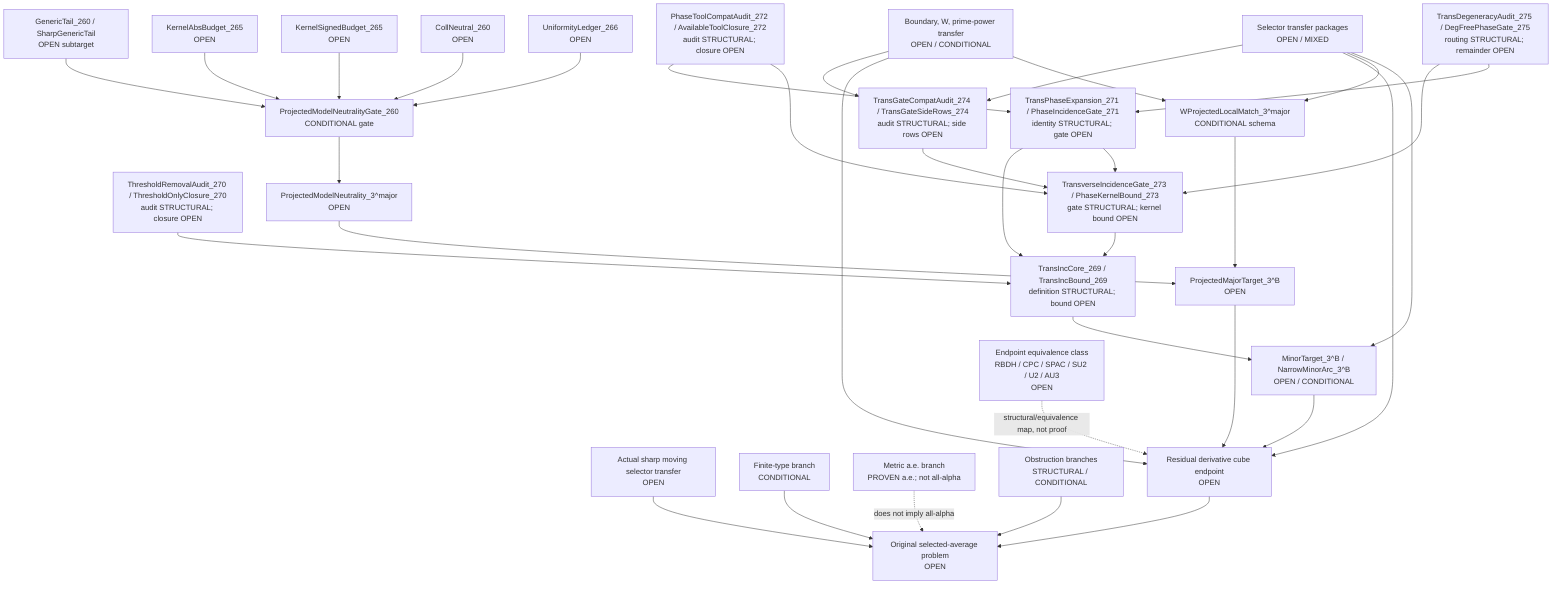
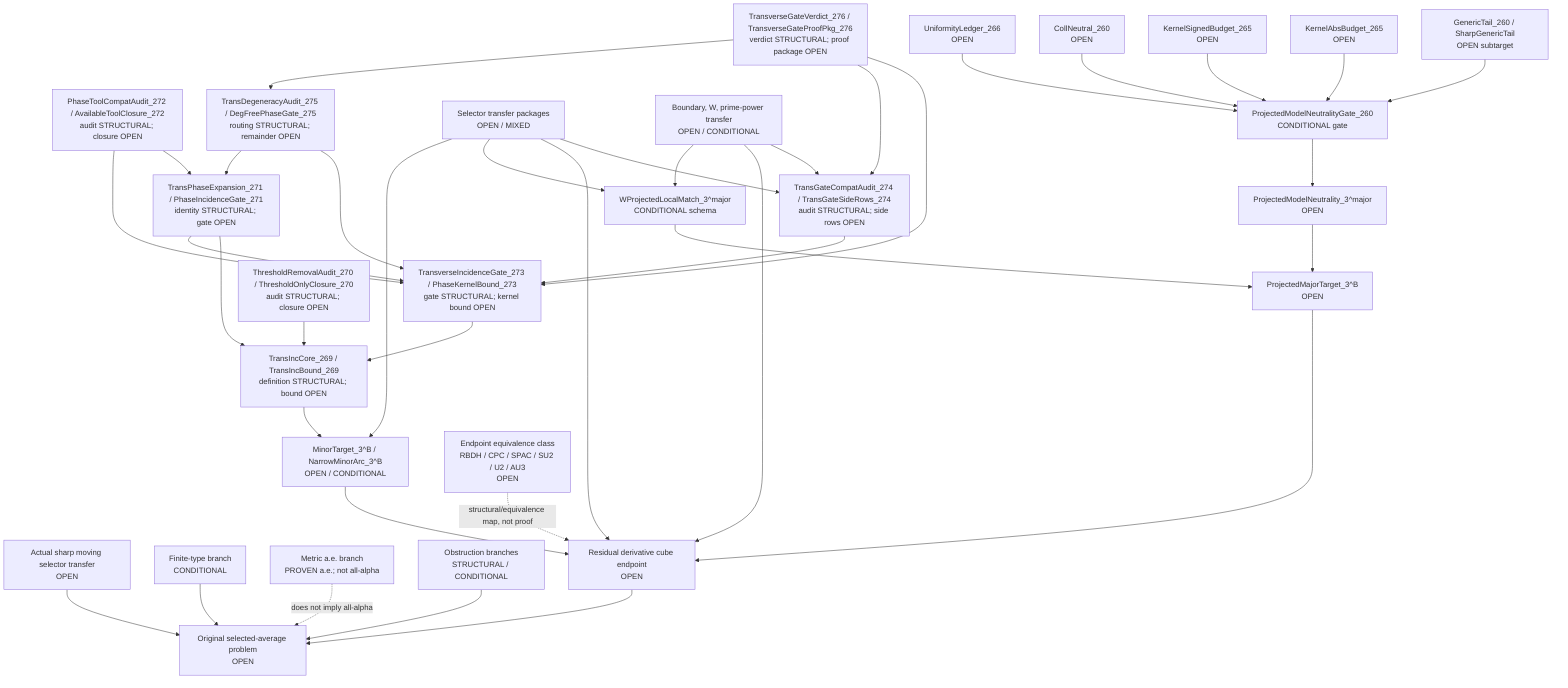
flowchart TD
  Original["Original selected-average problem<br/>OPEN"]
  SharpSel["Actual sharp moving selector transfer<br/>OPEN"]
  FiniteType["Finite-type branch<br/>CONDITIONAL"]
  Metric["Metric a.e. branch<br/>PROVEN a.e.; not all-alpha"]
  Obstruction["Obstruction branches<br/>STRUCTURAL / CONDITIONAL"]

  ResCube["Residual derivative cube endpoint<br/>OPEN"]
  MajorTarget["ProjectedMajorTarget_3^B<br/>OPEN"]
  MinorTarget["MinorTarget_3^B / NarrowMinorArc_3^B<br/>OPEN / CONDITIONAL"]
  TransInc["TransIncCore_269 / TransIncBound_269<br/>definition STRUCTURAL; bound OPEN"]
  ThresholdAudit["ThresholdRemovalAudit_270 / ThresholdOnlyClosure_270<br/>audit STRUCTURAL; closure OPEN"]
  PhaseExpansion["TransPhaseExpansion_271 / PhaseIncidenceGate_271<br/>identity STRUCTURAL; gate OPEN"]
  ToolCompat["PhaseToolCompatAudit_272 / AvailableToolClosure_272<br/>audit STRUCTURAL; closure OPEN"]
  TransGate["TransverseIncidenceGate_273 / PhaseKernelBound_273<br/>gate STRUCTURAL; kernel bound OPEN"]
  TransGateCompat["TransGateCompatAudit_274 / TransGateSideRows_274<br/>audit STRUCTURAL; side rows OPEN"]
  DegAudit["TransDegeneracyAudit_275 / DegFreePhaseGate_275<br/>routing STRUCTURAL; remainder OPEN"]
+   TransVerdict["TransverseGateVerdict_276 / TransverseGateProofPkg_276<br/>verdict STRUCTURAL; proof package OPEN"]
  SelectorTransfer["Selector transfer packages<br/>OPEN / MIXED"]
  BoundaryTransfer["Boundary, W, prime-power transfer<br/>OPEN / CONDITIONAL"]

  WLocal["WProjectedLocalMatch_3^major<br/>CONDITIONAL schema"]
  ModelNeutral["ProjectedModelNeutrality_3^major<br/>OPEN"]
  PMNGate["ProjectedModelNeutralityGate_260<br/>CONDITIONAL gate"]
  GenericTail["GenericTail_260 / SharpGenericTail<br/>OPEN subtarget"]
  KernelAbs["KernelAbsBudget_265<br/>OPEN"]
  KernelSigned["KernelSignedBudget_265<br/>OPEN"]
  CollNeutral["CollNeutral_260<br/>OPEN"]
  Uniformity["UniformityLedger_266<br/>OPEN"]

  EndpointClass["Endpoint equivalence class<br/>RBDH / CPC / SPAC / SU2 / U2 / AU3<br/>OPEN"]

  SharpSel --> Original
  FiniteType --> Original
  Obstruction --> Original
  ResCube --> Original
  Metric -. "does not imply all-alpha" .-> Original

  MajorTarget --> ResCube
  MinorTarget --> ResCube
  TransInc --> MinorTarget
  ThresholdAudit --> TransInc
  PhaseExpansion --> TransInc
  ToolCompat --> PhaseExpansion
  TransGate --> TransInc
  PhaseExpansion --> TransGate
  ToolCompat --> TransGate
  TransGateCompat --> TransGate
  SelectorTransfer --> TransGateCompat
  BoundaryTransfer --> TransGateCompat
  DegAudit --> TransGate
  DegAudit --> PhaseExpansion
+   TransVerdict --> TransGate
+   TransVerdict --> TransGateCompat
+   TransVerdict --> DegAudit
  SelectorTransfer --> ResCube
  BoundaryTransfer --> ResCube
  EndpointClass -. "structural/equivalence map, not proof" .-> ResCube

  WLocal --> MajorTarget
  ModelNeutral --> MajorTarget

  PMNGate --> ModelNeutral
  GenericTail --> PMNGate
  KernelAbs --> PMNGate
  KernelSigned --> PMNGate
  CollNeutral --> PMNGate
  Uniformity --> PMNGate

  BoundaryTransfer --> WLocal
  SelectorTransfer --> WLocal
  SelectorTransfer --> MinorTarget
